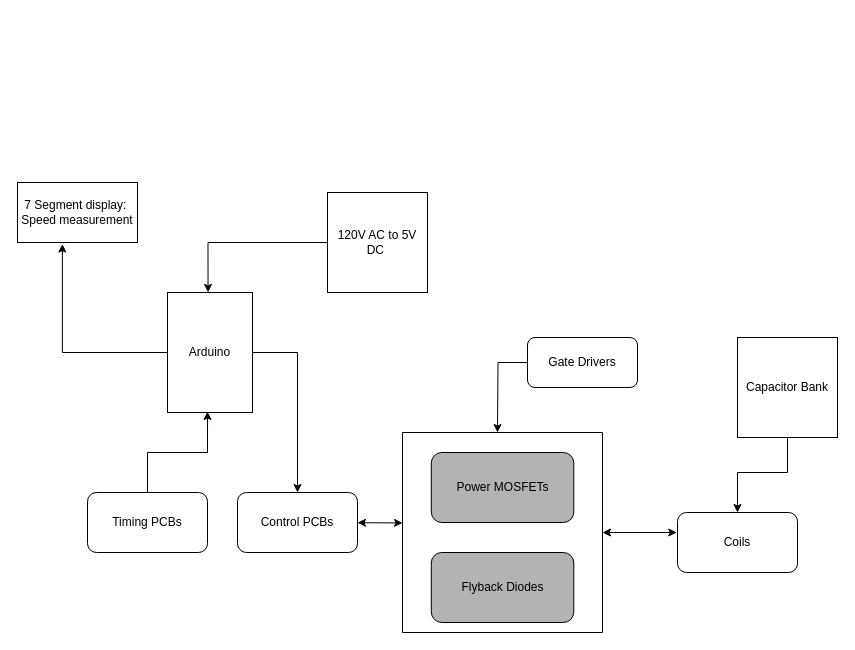
Above: DRAW.IO/Captone.drawio in will4269/capstone (draw.io), before the change. Source tidied: cells renumbered, new cells numbered last; positions are measured from the earlier drawing's top-left corner, leaving out a move shared by most shapes. Both pictures are drawn from the tidied source at 100%, with x=0, y=0 at pixel (17, 182).
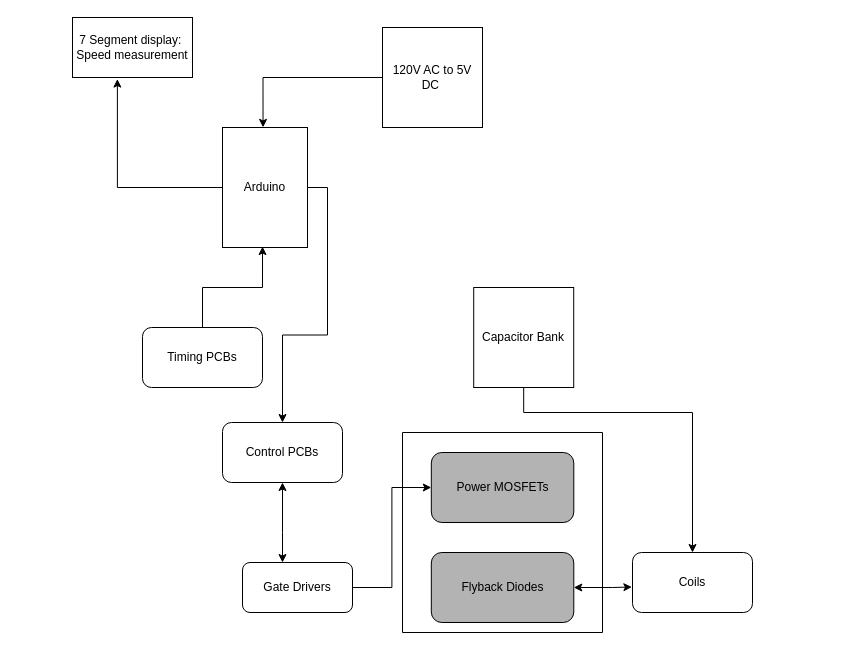
After the change.

The change refers to these unchanged cells:
```xml
<mxCell id="12" style="swimlane;startSize=0;fillColor=#CCCCCC;" parent="1" vertex="1">
  <mxGeometry x="385" y="250" width="200" height="200" as="geometry" />
</mxCell>
<mxCell id="20" value="Flyback Diodes" style="rounded=1;whiteSpace=wrap;html=1;fillColor=#B3B3B3;" parent="1" vertex="1">
  <mxGeometry x="413.8" y="370" width="142.5" height="70" as="geometry" />
</mxCell>
<mxCell id="21" value="Power MOSFETs" style="rounded=1;whiteSpace=wrap;html=1;fillColor=#B3B3B3;" parent="1" vertex="1">
  <mxGeometry x="413.8" y="270" width="142.5" height="70" as="geometry" />
</mxCell>
```

The edit, as a diff of the source:
```diff
@@
     <mxCell id="2" value="Control PCBs" style="rounded=1;whiteSpace=wrap;html=1;" parent="1" vertex="1">
-      <mxGeometry x="220" y="310" width="120" height="60" as="geometry" />
+      <mxGeometry x="205" y="240" width="120" height="60" as="geometry" />
     </mxCell>
@@
     <mxCell id="4" value="Timing PCBs" style="rounded=1;whiteSpace=wrap;html=1;" parent="1" vertex="1">
-      <mxGeometry x="70" y="310" width="120" height="60" as="geometry" />
+      <mxGeometry x="125" y="145" width="120" height="60" as="geometry" />
     </mxCell>
     <mxCell id="5" style="edgeStyle=orthogonalEdgeStyle;rounded=0;jettySize=auto;html=1;exitX=0.5;exitY=1;exitDx=0;exitDy=0;entryX=0.374;entryY=1.026;entryDx=0;entryDy=0;entryPerimeter=0;" parent="1" edge="1" source="7" target="14">
       <mxGeometry relative="1" as="geometry">
         <Array as="points">
-          <mxPoint x="45" y="170" />
+          <mxPoint x="100" y="5" />
         </Array>
       </mxGeometry>
     </mxCell>
@@
     <mxCell id="7" value="Arduino" style="rounded=0;whiteSpace=wrap;html=1;direction=south;" parent="1" vertex="1">
-      <mxGeometry x="150" y="110" width="85" height="120" as="geometry" />
+      <mxGeometry x="205" y="-55" width="85" height="120" as="geometry" />
     </mxCell>
@@
     <mxCell id="9" value="120V AC to 5V DC&amp;nbsp;" style="whiteSpace=wrap;html=1;" parent="1" vertex="1">
-      <mxGeometry x="310" y="10" width="100" height="100" as="geometry" />
+      <mxGeometry x="365" y="-155" width="100" height="100" as="geometry" />
     </mxCell>
     <mxCell id="10" style="edgeStyle=orthogonalEdgeStyle;rounded=0;jettySize=auto;html=1;exitX=0.5;exitY=1;exitDx=0;exitDy=0;entryX=0.5;entryY=0;entryDx=0;entryDy=0;" parent="1" edge="1" source="11" target="15">
       <mxGeometry relative="1" as="geometry">
         <Array as="points">
-          <mxPoint x="770" y="290" />
-          <mxPoint x="720" y="290" />
+          <mxPoint x="506" y="230" />
+          <mxPoint x="675" y="230" />
         </Array>
       </mxGeometry>
     </mxCell>
     <mxCell id="11" value="Capacitor Bank" style="whiteSpace=wrap;html=1;" parent="1" vertex="1">
-      <mxGeometry x="720" y="155" width="100" height="100" as="geometry" />
+      <mxGeometry x="456.2" y="105" width="100" height="100" as="geometry" />
     </mxCell>
@@
     <mxCell id="14" value="7 Segment display:&amp;nbsp;&lt;br&gt;Speed measurement" style="rounded=0;whiteSpace=wrap;html=1;" parent="1" vertex="1">
-      <mxGeometry width="120" height="60" as="geometry" />
+      <mxGeometry x="55" y="-165" width="120" height="60" as="geometry" />
     </mxCell>
     <mxCell id="15" value="Coils" style="rounded=1;whiteSpace=wrap;html=1;" parent="1" vertex="1">
-      <mxGeometry x="660" y="330" width="120" height="60" as="geometry" />
+      <mxGeometry x="615" y="370" width="120" height="60" as="geometry" />
     </mxCell>
-    <mxCell id="16" style="edgeStyle=orthogonalEdgeStyle;rounded=0;jettySize=auto;html=1;exitX=0;exitY=0.5;exitDx=0;exitDy=0;" parent="1" edge="1" source="17">
-      <mxGeometry relative="1" as="geometry">
-        <mxPoint x="480" y="250" as="targetPoint" />
-      </mxGeometry>
-    </mxCell>
+    <mxCell id="22" style="edgeStyle=orthogonalEdgeStyle;rounded=0;jettySize=auto;html=1;exitX=1;exitY=0.5;exitDx=0;exitDy=0;entryX=0;entryY=0.5;entryDx=0;entryDy=0;" parent="1" edge="1" source="17" target="21">
+      <mxGeometry relative="1" as="geometry" />
+    </mxCell>
     <mxCell id="17" value="Gate Drivers" style="rounded=1;whiteSpace=wrap;html=1;" parent="1" vertex="1">
-      <mxGeometry x="510" y="155" width="110" height="50" as="geometry" />
+      <mxGeometry x="225" y="380" width="110" height="50" as="geometry" />
     </mxCell>
-    <mxCell id="18" style="endArrow=classic;startArrow=classic;html=1;rounded=0;entryX=-0.006;entryY=0.333;entryDx=0;entryDy=0;entryPerimeter=0;exitX=1;exitY=0.5;exitDx=0;exitDy=0;" parent="1" edge="1" source="12" target="15">
-      <mxGeometry relative="1" as="geometry" />
+    <mxCell id="18" style="endArrow=classic;startArrow=classic;html=1;rounded=0;entryX=-0.005;entryY=0.575;entryDx=0;entryDy=0;entryPerimeter=0;exitX=1;exitY=0.5;exitDx=0;exitDy=0;" parent="1" edge="1" source="20" target="15">
+      <mxGeometry relative="1" as="geometry">
+        <Array as="points">
+          <mxPoint x="595" y="405" />
+        </Array>
+      </mxGeometry>
     </mxCell>
-    <mxCell id="19" style="endArrow=classic;startArrow=classic;html=1;rounded=0;entryX=0;entryY=0.452;entryDx=0;entryDy=0;entryPerimeter=0;" parent="1" edge="1" source="2" target="12">
-      <mxGeometry relative="1" as="geometry" />
+    <mxCell id="19" style="endArrow=classic;startArrow=classic;html=1;rounded=0;" parent="1" edge="1" source="2">
+      <mxGeometry relative="1" as="geometry">
+        <mxPoint x="265" y="380" as="targetPoint" />
+        <Array as="points">
+          <mxPoint x="265" y="350" />
+        </Array>
+      </mxGeometry>
     </mxCell>
```
